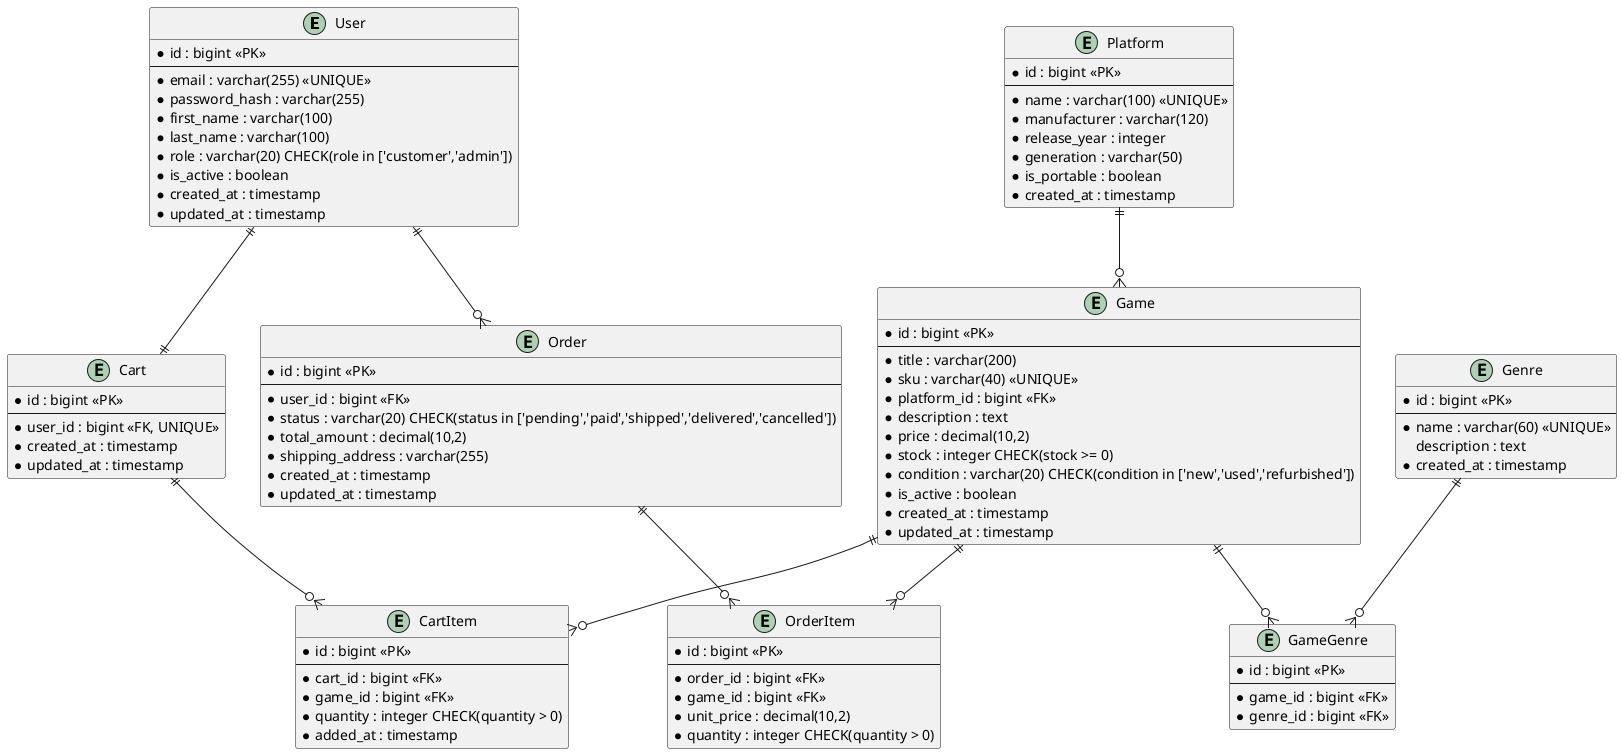
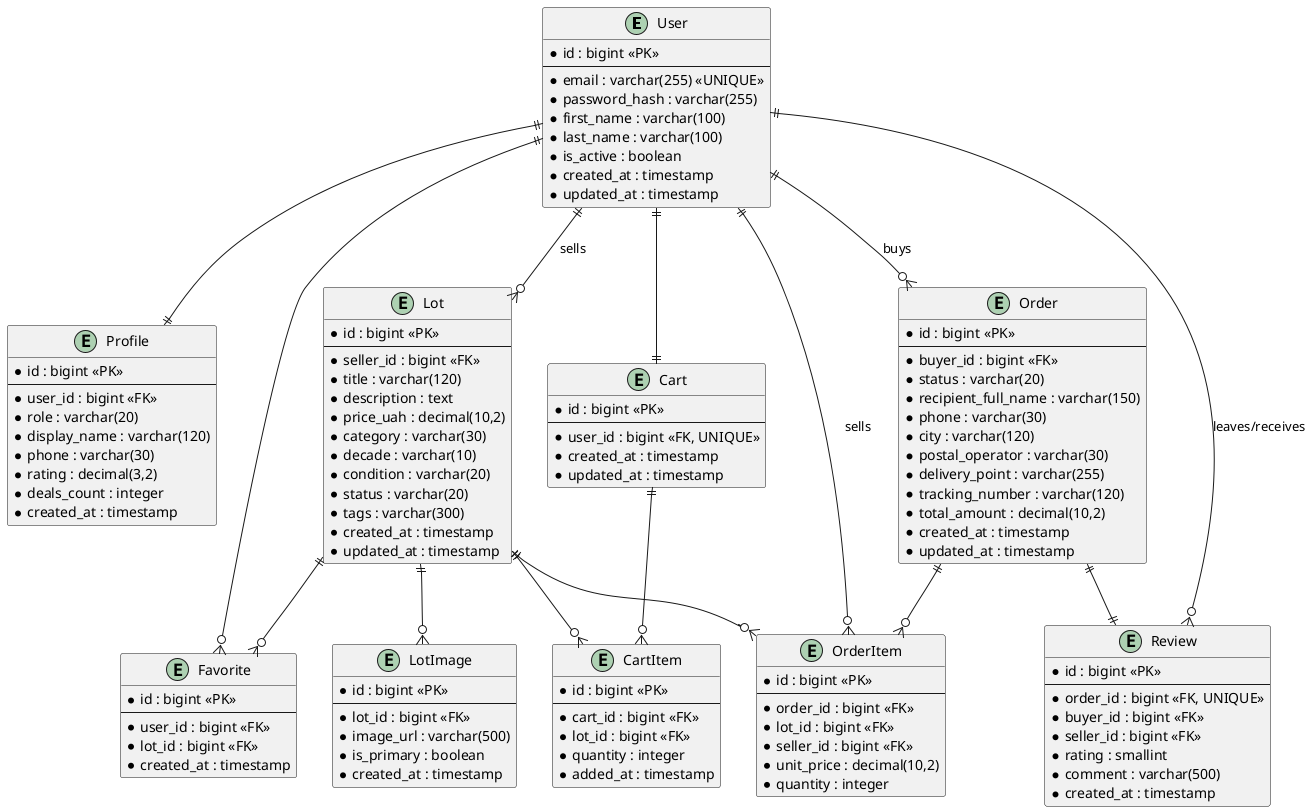
- @startuml
+ @startuml ERD - RetroVault Database
entity User {
  * id : bigint <<PK>>
  --
  * email : varchar(255) <<UNIQUE>>
  * password_hash : varchar(255)
  * first_name : varchar(100)
  * last_name : varchar(100)
-   * role : varchar(20) CHECK(role in ['customer','admin'])
  * is_active : boolean
  * created_at : timestamp
  * updated_at : timestamp
}

- entity Platform {
+ entity Profile {
  * id : bigint <<PK>>
  --
-   * name : varchar(100) <<UNIQUE>>
-   * manufacturer : varchar(120)
-   * release_year : integer
-   * generation : varchar(50)
-   * is_portable : boolean
+   * user_id : bigint <<FK>>
+   * role : varchar(20)
+   * display_name : varchar(120)
+   * phone : varchar(30)
+   * rating : decimal(3,2)
+   * deals_count : integer
  * created_at : timestamp
}

- entity Genre {
+ entity Lot {
  * id : bigint <<PK>>
  --
-   * name : varchar(60) <<UNIQUE>>
-   description : text
-   * created_at : timestamp
- }
- 
- entity Game {
-   * id : bigint <<PK>>
-   --
-   * title : varchar(200)
-   * sku : varchar(40) <<UNIQUE>>
-   * platform_id : bigint <<FK>>
+   * seller_id : bigint <<FK>>
+   * title : varchar(120)
  * description : text
-   * price : decimal(10,2)
-   * stock : integer CHECK(stock >= 0)
-   * condition : varchar(20) CHECK(condition in ['new','used','refurbished'])
-   * is_active : boolean
+   * price_uah : decimal(10,2)
+   * category : varchar(30)
+   * decade : varchar(10)
+   * condition : varchar(20)
+   * status : varchar(20)
+   * tags : varchar(300)
  * created_at : timestamp
  * updated_at : timestamp
}

- entity GameGenre {
+ entity LotImage {
  * id : bigint <<PK>>
  --
-   * game_id : bigint <<FK>>
-   * genre_id : bigint <<FK>>
+   * lot_id : bigint <<FK>>
+   * image_url : varchar(500)
+   * is_primary : boolean
+   * created_at : timestamp
}

entity Cart {
  * id : bigint <<PK>>
  --
  * user_id : bigint <<FK, UNIQUE>>
  * created_at : timestamp
  * updated_at : timestamp
}

entity CartItem {
  * id : bigint <<PK>>
  --
  * cart_id : bigint <<FK>>
-   * game_id : bigint <<FK>>
-   * quantity : integer CHECK(quantity > 0)
+   * lot_id : bigint <<FK>>
+   * quantity : integer
  * added_at : timestamp
+ }
+ 
+ entity Favorite {
+   * id : bigint <<PK>>
+   --
+   * user_id : bigint <<FK>>
+   * lot_id : bigint <<FK>>
+   * created_at : timestamp
}

entity Order {
  * id : bigint <<PK>>
  --
-   * user_id : bigint <<FK>>
-   * status : varchar(20) CHECK(status in ['pending','paid','shipped','delivered','cancelled'])
+   * buyer_id : bigint <<FK>>
+   * status : varchar(20)
+   * recipient_full_name : varchar(150)
+   * phone : varchar(30)
+   * city : varchar(120)
+   * postal_operator : varchar(30)
+   * delivery_point : varchar(255)
+   * tracking_number : varchar(120)
  * total_amount : decimal(10,2)
-   * shipping_address : varchar(255)
  * created_at : timestamp
  * updated_at : timestamp
}

entity OrderItem {
  * id : bigint <<PK>>
  --
  * order_id : bigint <<FK>>
-   * game_id : bigint <<FK>>
+   * lot_id : bigint <<FK>>
+   * seller_id : bigint <<FK>>
  * unit_price : decimal(10,2)
-   * quantity : integer CHECK(quantity > 0)
+   * quantity : integer
}

- User ||--o{ Order
+ entity Review {
+   * id : bigint <<PK>>
+   --
+   * order_id : bigint <<FK, UNIQUE>>
+   * buyer_id : bigint <<FK>>
+   * seller_id : bigint <<FK>>
+   * rating : smallint
+   * comment : varchar(500)
+   * created_at : timestamp
+ }
+ 
+ User ||--|| Profile
+ User ||--o{ Lot : sells
User ||--|| Cart
- Platform ||--o{ Game
- Game ||--o{ CartItem
+ User ||--o{ Favorite
+ User ||--o{ Order : buys
+ User ||--o{ OrderItem : sells
+ User ||--o{ Review : leaves/receives
+ 
+ Lot ||--o{ LotImage
+ Lot ||--o{ CartItem
+ Lot ||--o{ Favorite
+ Lot ||--o{ OrderItem
+ 
Cart ||--o{ CartItem
+ 
Order ||--o{ OrderItem
- Game ||--o{ OrderItem
- Game ||--o{ GameGenre
+ Order ||--|| Review
+ @enduml
Genre ||--o{ GameGenre
@enduml
